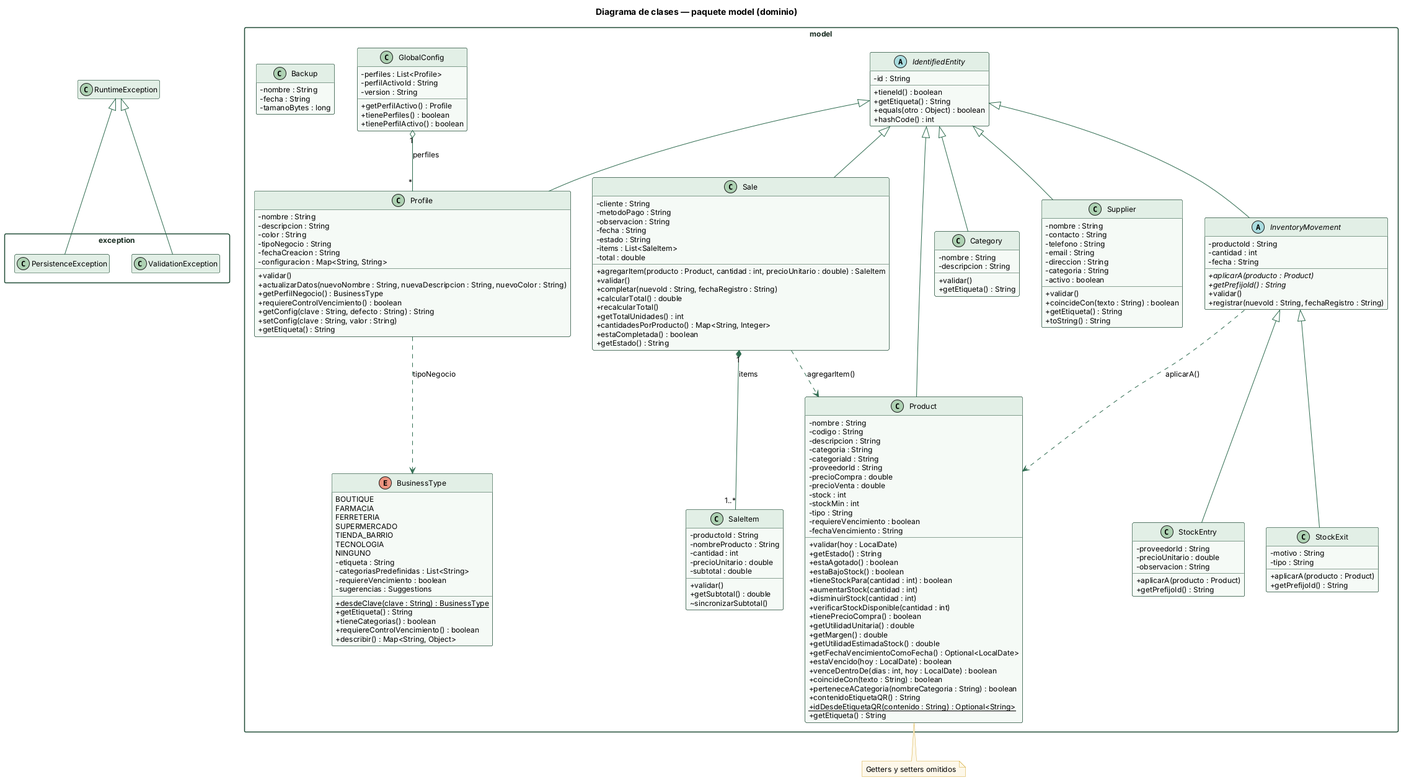
The PlantUML diagram docs/diagramas/clases-modelo.png in erickf-dev/TBalance, before a commit.
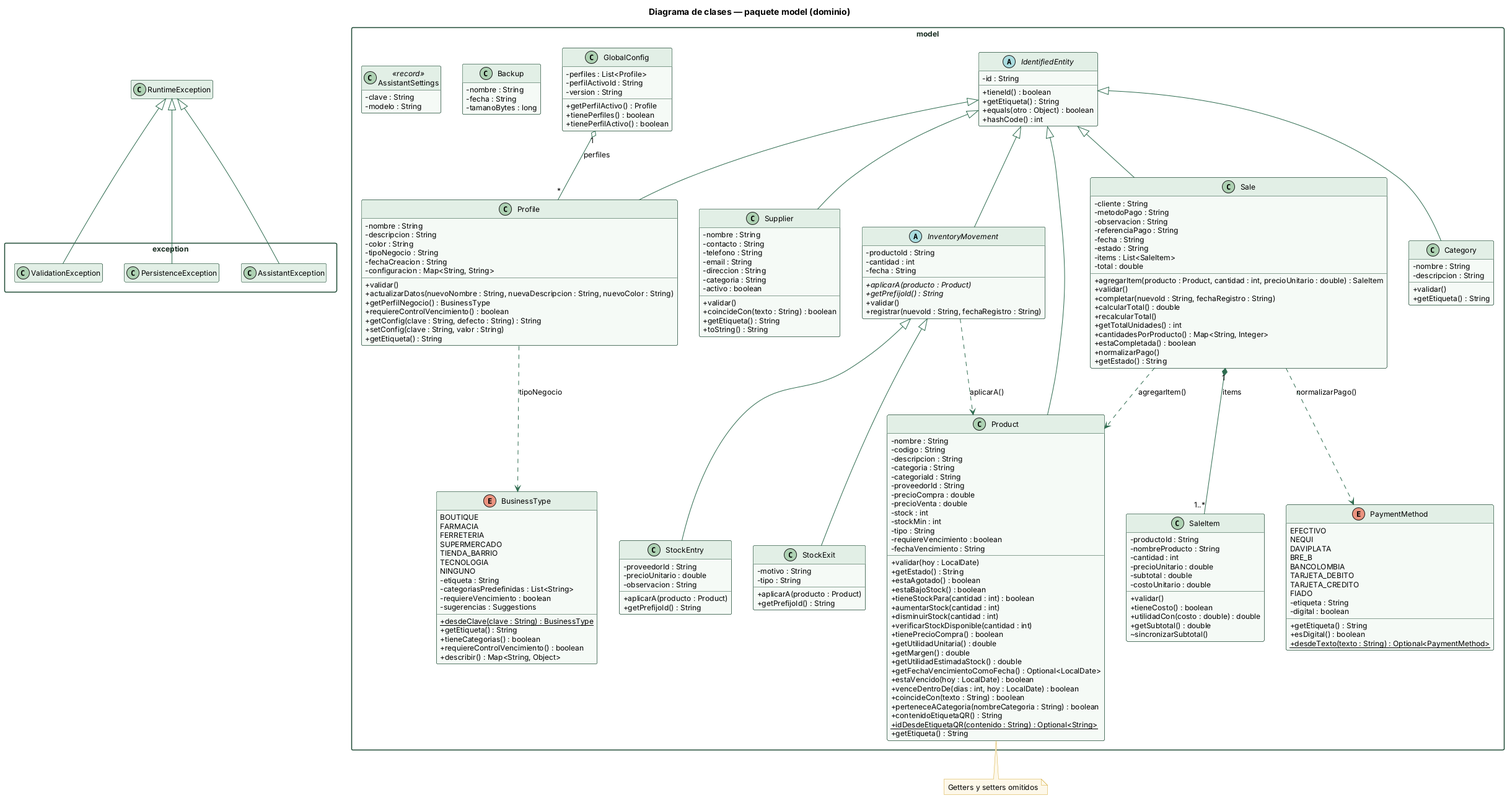
The same diagram one commit later.

Diff of the diagram source:
```diff
@@ -150,6 +150,7 @@
   - cliente : String
   - metodoPago : String
   - observacion : String
+  - referenciaPago : String
   - fecha : String
   - estado : String
   - items : List<SaleItem>
@@ -162,6 +163,7 @@
   + getTotalUnidades() : int
   + cantidadesPorProducto() : Map<String, Integer>
   + estaCompletada() : boolean
+  + normalizarPago()
   + getEstado() : String
 }
 class SaleItem {
@@ -170,20 +172,44 @@
   - cantidad : int
   - precioUnitario : double
   - subtotal : double
+  - costoUnitario : double
   + validar()
+  + tieneCosto() : boolean
+  + utilidadCon(costo : double) : double
   + getSubtotal() : double
   ~ sincronizarSubtotal()
+}
+enum PaymentMethod {
+  EFECTIVO
+  NEQUI
+  DAVIPLATA
+  BRE_B
+  BANCOLOMBIA
+  TARJETA_DEBITO
+  TARJETA_CREDITO
+  FIADO
+  - etiqueta : String
+  - digital : boolean
+  + getEtiqueta() : String
+  + esDigital() : boolean
+  + desdeTexto(texto : String) : Optional<PaymentMethod> {static}
 }
 class Backup {
   - nombre : String
   - fecha : String
   - tamanoBytes : long
 }
+class AssistantSettings <<record>> {
+  - clave : String
+  - modelo : String
+}
 }
 package exception {
 class ValidationException {
 }
 class PersistenceException {
+}
+class AssistantException {
 }
 }
 
@@ -201,8 +227,10 @@
 Profile ..> BusinessType : tipoNegocio
 InventoryMovement ..> Product : aplicarA()
 Sale ..> Product : agregarItem()
+Sale ..> PaymentMethod : normalizarPago()
 RuntimeException <|-- ValidationException
 RuntimeException <|-- PersistenceException
+RuntimeException <|-- AssistantException
 note bottom of Product : Getters y setters omitidos
 
 @enduml
```
